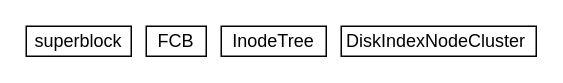
Earlier version of the draw.io diagram storage.drawio (Dedoyes/FileSystem). Source tidied: cells renumbered, new cells numbered last; positions are measured from the earlier drawing's top-left corner, leaving out a move shared by most shapes. Both pictures are drawn from the tidied source at 150%, with x=0, y=0 at pixel (26, 26).
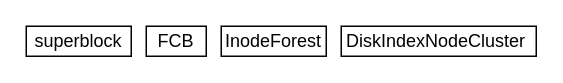
Above is the later version.

Change to the diagram source:
```diff
@@
 <mxGraphModel>
   <root>
     <mxCell id="0" />
     <mxCell id="1" parent="0" />
     <mxCell id="2" value="superblock" style="rounded=0;whiteSpace=wrap;html=1;" parent="1" vertex="1">
       <mxGeometry width="70" height="20" as="geometry" />
     </mxCell>
     <mxCell id="3" value="FCB" style="rounded=0;whiteSpace=wrap;html=1;" parent="1" vertex="1">
       <mxGeometry x="80" width="40" height="20" as="geometry" />
     </mxCell>
     <mxCell id="4" value="DiskIndexNodeCluster&amp;nbsp;" style="rounded=0;whiteSpace=wrap;html=1;" parent="1" vertex="1">
       <mxGeometry x="210" width="130" height="20" as="geometry" />
     </mxCell>
-    <mxCell id="5" value="InodeTree" style="rounded=0;whiteSpace=wrap;html=1;" parent="1" vertex="1">
+    <mxCell id="5" value="InodeForest" style="rounded=0;whiteSpace=wrap;html=1;" parent="1" vertex="1">
       <mxGeometry x="130" width="70" height="20" as="geometry" />
     </mxCell>
   </root>
 </mxGraphModel>
```
